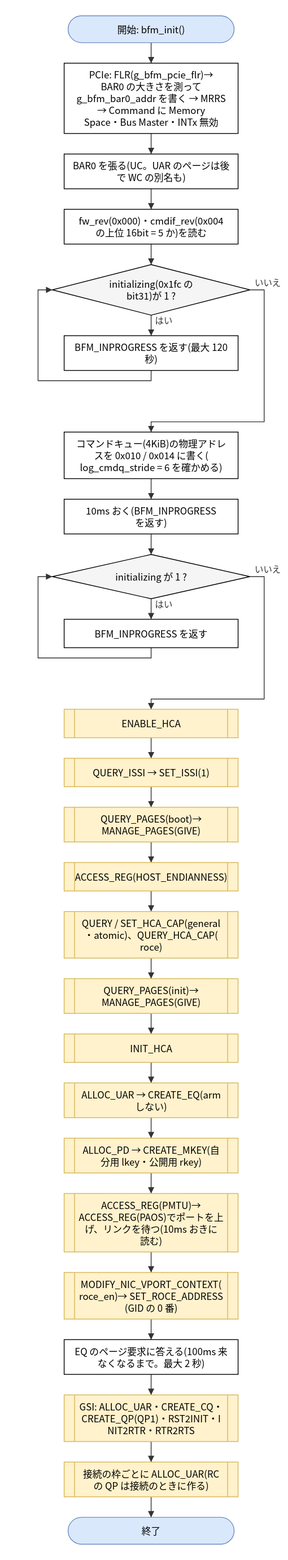
Earlier version of the draw.io export doc/spec/images/hw_boot.drawio.svg (hf355051012-ai/bfmem). Source tidied: cells renumbered, new cells last; positions are measured from the earlier drawing's top-left corner, leaving out a move shared by most shapes.
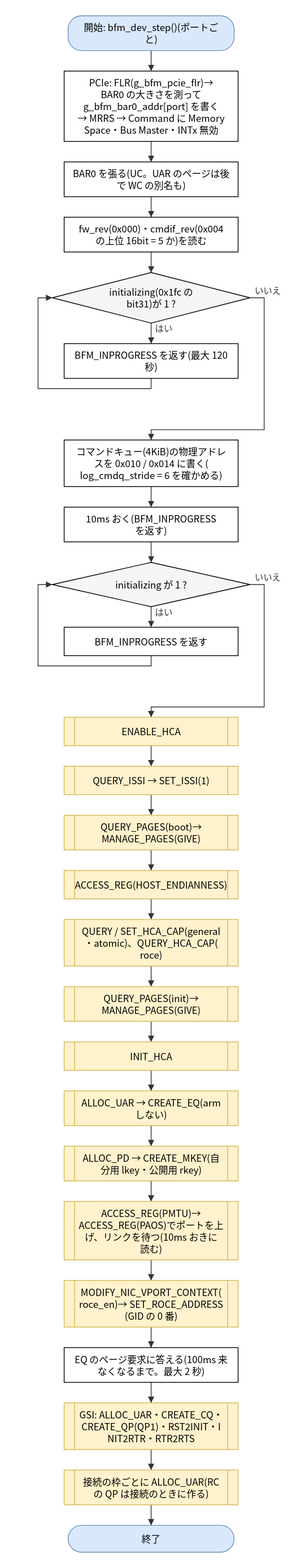
The same diagram one commit later.

The edit, as a diff of the source:
```diff
@@ -2,10 +2,10 @@
   <root>
     <mxCell id="0" />
     <mxCell id="1" parent="0" />
-    <mxCell id="2" value="開始: bfm_init()" style="rounded=1;arcSize=50;whiteSpace=wrap;html=1;fillColor=#dae8fc;strokeColor=#6c8ebf;" parent="1" vertex="1">
-      <mxGeometry x="38" width="210" height="34" as="geometry" />
+    <mxCell id="2" value="開始: bfm_dev_step()(ポートご&lt;br&gt;と)" style="rounded=1;arcSize=50;whiteSpace=wrap;html=1;fillColor=#dae8fc;strokeColor=#6c8ebf;" parent="1" vertex="1">
+      <mxGeometry x="38" y="-10" width="210" height="44" as="geometry" />
     </mxCell>
-    <mxCell id="3" value="PCIe: FLR(g_bfm_pcie_flr)→&lt;br&gt;BAR0 の大きさを測って&lt;br&gt;g_bfm_bar0_addr を書く → MRRS&lt;br&gt;→ Command に Memory&lt;br&gt;Space・Bus Master・INTx 無効" style="rounded=0;whiteSpace=wrap;html=1;" parent="1" vertex="1">
+    <mxCell id="3" value="PCIe: FLR(g_bfm_pcie_flr)→&lt;br&gt;BAR0 の大きさを測って&lt;br&gt;g_bfm_bar0_addr[port] を書く&lt;br&gt;→ MRRS → Command に Memory&lt;br&gt;Space・Bus Master・INTx 無効" style="rounded=0;whiteSpace=wrap;html=1;" parent="1" vertex="1">
       <mxGeometry x="33" y="60" width="220" height="89" as="geometry" />
     </mxCell>
     <mxCell id="4" value="BAR0 を張る(UC。UAR のページは後&lt;br&gt;で WC の別名も)" style="rounded=0;whiteSpace=wrap;html=1;" parent="1" vertex="1">
```
